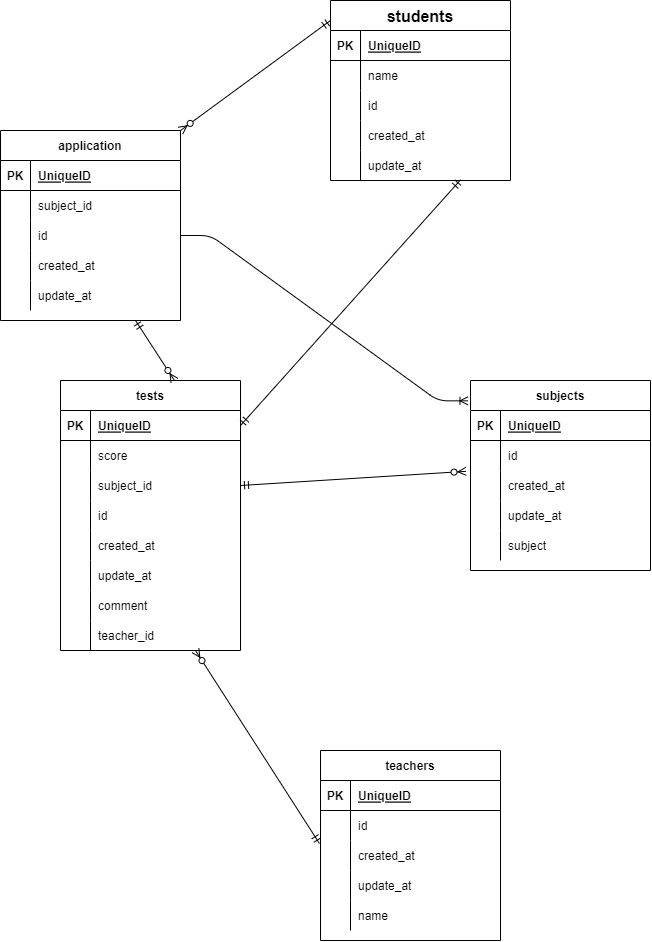
Above: 20221103 nomura.drawio.png in puusuka/iouhh (draw.io), before the change. Source tidied: cells renumbered, new cells last; positions are measured from the earlier drawing's top-left corner, leaving out a move shared by most shapes.
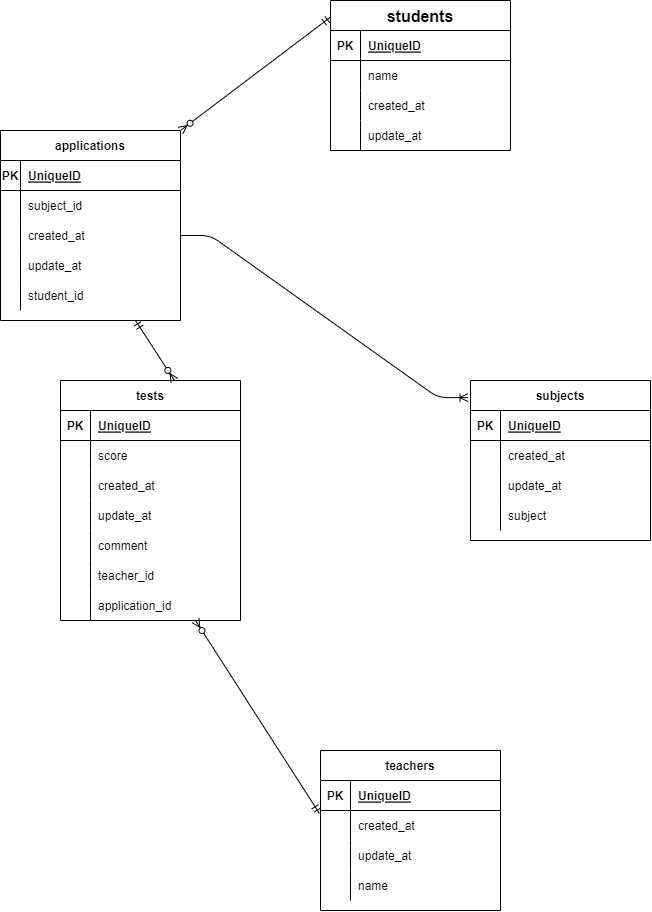
The same diagram one commit later.

Change to the diagram source:
```diff
@@ -3,7 +3,7 @@
     <mxCell id="0" />
     <mxCell id="1" parent="0" />
     <mxCell id="2" value="students" style="shape=table;startSize=30;rowLines=0;fontStyle=1;align=center;fontSize=16;" parent="1" vertex="1">
-      <mxGeometry x="330" width="180" height="180" as="geometry" />
+      <mxGeometry x="330" width="180" height="150" as="geometry" />
     </mxCell>
     <mxCell id="3" style="shape=partialRectangle;fillColor=none;top=0;left=0;bottom=1;right=0;" parent="2" vertex="1">
       <mxGeometry y="30" width="180" height="30" as="geometry" />
@@ -23,17 +23,8 @@
     <mxCell id="8" value="name" style="shape=partialRectangle;fillColor=none;top=0;left=0;bottom=0;right=0;align=left;spacingLeft=6;overflow=hidden;" parent="6" vertex="1">
       <mxGeometry x="30" width="150" height="30" as="geometry" />
     </mxCell>
-    <mxCell id="9" style="shape=partialRectangle;fillColor=none;top=0;left=0;bottom=0;right=0;" parent="2" vertex="1">
-      <mxGeometry y="90" width="180" height="30" as="geometry" />
-    </mxCell>
-    <mxCell id="10" style="shape=partialRectangle;fillColor=none;top=0;left=0;bottom=0;right=0;overflow=hidden;" parent="9" vertex="1">
-      <mxGeometry width="30" height="30" as="geometry" />
-    </mxCell>
-    <mxCell id="11" value="id" style="shape=partialRectangle;fillColor=none;top=0;left=0;bottom=0;right=0;align=left;spacingLeft=6;overflow=hidden;" parent="9" vertex="1">
-      <mxGeometry x="30" width="150" height="30" as="geometry" />
-    </mxCell>
     <mxCell id="12" style="shape=partialRectangle;fillColor=none;top=0;left=0;bottom=0;right=0;" parent="2" vertex="1">
-      <mxGeometry y="120" width="180" height="30" as="geometry" />
+      <mxGeometry y="90" width="180" height="30" as="geometry" />
     </mxCell>
     <mxCell id="13" style="shape=partialRectangle;fillColor=none;top=0;left=0;bottom=0;right=0;overflow=hidden;strokeWidth=7;" parent="12" vertex="1">
       <mxGeometry width="30" height="30" as="geometry" />
@@ -42,7 +33,7 @@
       <mxGeometry x="30" width="150" height="30" as="geometry" />
     </mxCell>
     <mxCell id="15" style="shape=partialRectangle;fillColor=none;top=0;left=0;bottom=0;right=0;points=[[0,0.5],[1,0.5]];portConstraint=eastwest;" parent="2" vertex="1">
-      <mxGeometry y="150" width="180" height="30" as="geometry" />
+      <mxGeometry y="120" width="180" height="30" as="geometry" />
     </mxCell>
     <mxCell id="16" style="shape=partialRectangle;fillColor=none;top=0;left=0;bottom=0;right=0;overflow=hidden;strokeWidth=7;" parent="15" vertex="1">
       <mxGeometry width="30" height="30" as="geometry" />
@@ -50,56 +41,56 @@
     <mxCell id="17" value="update_at" style="shape=partialRectangle;fillColor=none;top=0;left=0;bottom=0;right=0;align=left;spacingLeft=6;overflow=hidden;" parent="15" vertex="1">
       <mxGeometry x="30" width="150" height="30" as="geometry" />
     </mxCell>
-    <mxCell id="18" value="application" style="shape=table;startSize=30;rowLines=0;fontStyle=1;align=center;fontSize=12;strokeWidth=1;" parent="1" vertex="1">
+    <mxCell id="18" value="applications" style="shape=table;startSize=30;rowLines=0;fontStyle=1;align=center;fontSize=12;strokeWidth=1;" parent="1" vertex="1">
       <mxGeometry y="130" width="180" height="190" as="geometry" />
     </mxCell>
     <mxCell id="19" style="shape=partialRectangle;fillColor=none;top=0;left=0;bottom=1;right=0;fontSize=12;strokeWidth=1;" parent="18" vertex="1">
       <mxGeometry y="30" width="180" height="30" as="geometry" />
     </mxCell>
     <mxCell id="20" value="PK" style="shape=partialRectangle;fillColor=none;top=0;left=0;bottom=0;right=0;fontStyle=1;overflow=hidden;fontSize=12;strokeWidth=1;" parent="19" vertex="1">
-      <mxGeometry width="30" height="30" as="geometry" />
+      <mxGeometry width="20" height="30" as="geometry" />
     </mxCell>
     <mxCell id="21" value="UniqueID" style="shape=partialRectangle;fillColor=none;top=0;left=0;bottom=0;right=0;align=left;spacingLeft=6;fontStyle=5;overflow=hidden;fontSize=12;strokeWidth=1;" parent="19" vertex="1">
-      <mxGeometry x="30" width="150" height="30" as="geometry" />
+      <mxGeometry x="20" width="160" height="30" as="geometry" />
     </mxCell>
     <mxCell id="22" style="shape=partialRectangle;fillColor=none;top=0;left=0;bottom=0;right=0;fontSize=12;strokeWidth=1;" parent="18" vertex="1">
       <mxGeometry y="60" width="180" height="30" as="geometry" />
     </mxCell>
     <mxCell id="23" style="shape=partialRectangle;fillColor=none;top=0;left=0;bottom=0;right=0;overflow=hidden;fontSize=12;strokeWidth=1;" parent="22" vertex="1">
-      <mxGeometry width="30" height="30" as="geometry" />
+      <mxGeometry width="20" height="30" as="geometry" />
     </mxCell>
     <mxCell id="24" value="subject_id" style="shape=partialRectangle;fillColor=none;top=0;left=0;bottom=0;right=0;align=left;spacingLeft=6;overflow=hidden;fontSize=12;strokeWidth=1;" parent="22" vertex="1">
-      <mxGeometry x="30" width="150" height="30" as="geometry" />
+      <mxGeometry x="20" width="160" height="30" as="geometry" />
     </mxCell>
-    <mxCell id="25" style="shape=partialRectangle;fillColor=none;top=0;left=0;bottom=0;right=0;points=[[0,0.5],[1,0.5]];portConstraint=eastwest;fontSize=12;strokeWidth=1;" parent="18" vertex="1">
-      <mxGeometry y="90" width="180" height="30" as="geometry" />
-    </mxCell>
-    <mxCell id="26" style="shape=partialRectangle;fillColor=none;top=0;left=0;bottom=0;right=0;overflow=hidden;fontSize=12;strokeWidth=1;" parent="25" vertex="1">
-      <mxGeometry width="30" height="30" as="geometry" />
-    </mxCell>
-    <mxCell id="27" value="id" style="shape=partialRectangle;fillColor=none;top=0;left=0;bottom=0;right=0;align=left;spacingLeft=6;overflow=hidden;fontSize=12;strokeWidth=1;" parent="25" vertex="1">
-      <mxGeometry x="30" width="150" height="30" as="geometry" />
-    </mxCell>
     <mxCell id="28" style="shape=partialRectangle;fillColor=none;top=0;left=0;bottom=0;right=0;fontSize=12;strokeWidth=1;" parent="18" vertex="1">
-      <mxGeometry y="120" width="180" height="30" as="geometry" />
+      <mxGeometry y="90" width="180" height="30" as="geometry" />
     </mxCell>
     <mxCell id="29" style="shape=partialRectangle;fillColor=none;top=0;left=0;bottom=0;right=0;overflow=hidden;fontSize=12;strokeWidth=1;" parent="28" vertex="1">
-      <mxGeometry width="30" height="30" as="geometry" />
+      <mxGeometry width="20" height="30" as="geometry" />
     </mxCell>
     <mxCell id="30" value="created_at" style="shape=partialRectangle;fillColor=none;top=0;left=0;bottom=0;right=0;align=left;spacingLeft=6;overflow=hidden;fontSize=12;strokeWidth=1;" parent="28" vertex="1">
-      <mxGeometry x="30" width="150" height="30" as="geometry" />
+      <mxGeometry x="20" width="160" height="30" as="geometry" />
     </mxCell>
     <mxCell id="31" style="shape=partialRectangle;fillColor=none;top=0;left=0;bottom=0;right=0;fontSize=12;strokeWidth=1;" parent="18" vertex="1">
-      <mxGeometry y="150" width="180" height="30" as="geometry" />
+      <mxGeometry y="120" width="180" height="30" as="geometry" />
     </mxCell>
     <mxCell id="32" style="shape=partialRectangle;fillColor=none;top=0;left=0;bottom=0;right=0;overflow=hidden;fontSize=12;strokeWidth=1;" parent="31" vertex="1">
-      <mxGeometry width="30" height="30" as="geometry" />
+      <mxGeometry width="20" height="30" as="geometry" />
     </mxCell>
     <mxCell id="33" value="update_at" style="shape=partialRectangle;fillColor=none;top=0;left=0;bottom=0;right=0;align=left;spacingLeft=6;overflow=hidden;fontSize=12;strokeWidth=1;" parent="31" vertex="1">
-      <mxGeometry x="30" width="150" height="30" as="geometry" />
+      <mxGeometry x="20" width="160" height="30" as="geometry" />
     </mxCell>
+    <mxCell id="97" style="shape=partialRectangle;fillColor=none;top=0;left=0;bottom=0;right=0;fontSize=12;strokeWidth=1;" parent="18" vertex="1">
+      <mxGeometry y="150" width="180" height="30" as="geometry" />
+    </mxCell>
+    <mxCell id="98" style="shape=partialRectangle;fillColor=none;top=0;left=0;bottom=0;right=0;overflow=hidden;fontSize=12;strokeWidth=1;" parent="97" vertex="1">
+      <mxGeometry width="20" height="30" as="geometry" />
+    </mxCell>
+    <mxCell id="99" value="student_id" style="shape=partialRectangle;fillColor=none;top=0;left=0;bottom=0;right=0;align=left;spacingLeft=6;overflow=hidden;fontSize=12;strokeWidth=1;" parent="97" vertex="1">
+      <mxGeometry x="20" width="160" height="30" as="geometry" />
+    </mxCell>
     <mxCell id="34" value="tests" style="shape=table;startSize=30;rowLines=0;fontStyle=1;align=center;fontSize=12;strokeWidth=1;" parent="1" vertex="1">
-      <mxGeometry x="60" y="380" width="180" height="270" as="geometry" />
+      <mxGeometry x="60" y="380" width="180" height="240" as="geometry" />
     </mxCell>
     <mxCell id="35" style="shape=partialRectangle;fillColor=none;top=0;left=0;bottom=1;right=0;points=[[0,0.5],[1,0.5]];portConstraint=eastwest;fontSize=12;strokeWidth=1;" parent="34" vertex="1">
       <mxGeometry y="30" width="180" height="30" as="geometry" />
@@ -119,26 +110,8 @@
     <mxCell id="40" value="score" style="shape=partialRectangle;fillColor=none;top=0;left=0;bottom=0;right=0;align=left;spacingLeft=6;overflow=hidden;fontSize=12;strokeWidth=1;" parent="38" vertex="1">
       <mxGeometry x="30" width="150" height="30" as="geometry" />
     </mxCell>
-    <mxCell id="41" style="shape=partialRectangle;fillColor=none;top=0;left=0;bottom=0;right=0;points=[[0,0.5],[1,0.5]];portConstraint=eastwest;fontSize=12;strokeWidth=1;" parent="34" vertex="1">
-      <mxGeometry y="90" width="180" height="30" as="geometry" />
-    </mxCell>
-    <mxCell id="42" style="shape=partialRectangle;fillColor=none;top=0;left=0;bottom=0;right=0;overflow=hidden;fontSize=12;strokeWidth=1;" parent="41" vertex="1">
-      <mxGeometry width="30" height="30" as="geometry" />
-    </mxCell>
-    <mxCell id="43" value="subject_id" style="shape=partialRectangle;fillColor=none;top=0;left=0;bottom=0;right=0;align=left;spacingLeft=6;overflow=hidden;fontSize=12;strokeWidth=1;" parent="41" vertex="1">
-      <mxGeometry x="30" width="150" height="30" as="geometry" />
-    </mxCell>
-    <mxCell id="44" style="shape=partialRectangle;fillColor=none;top=0;left=0;bottom=0;right=0;fontSize=12;strokeWidth=1;" parent="34" vertex="1">
-      <mxGeometry y="120" width="180" height="30" as="geometry" />
-    </mxCell>
-    <mxCell id="45" style="shape=partialRectangle;fillColor=none;top=0;left=0;bottom=0;right=0;overflow=hidden;fontSize=12;strokeWidth=1;" parent="44" vertex="1">
-      <mxGeometry width="30" height="30" as="geometry" />
-    </mxCell>
-    <mxCell id="46" value="id" style="shape=partialRectangle;fillColor=none;top=0;left=0;bottom=0;right=0;align=left;spacingLeft=6;overflow=hidden;fontSize=12;strokeWidth=1;" parent="44" vertex="1">
-      <mxGeometry x="30" width="150" height="30" as="geometry" />
-    </mxCell>
     <mxCell id="47" style="shape=partialRectangle;fillColor=none;top=0;left=0;bottom=0;right=0;fontSize=12;strokeWidth=1;" parent="34" vertex="1">
-      <mxGeometry y="150" width="180" height="30" as="geometry" />
+      <mxGeometry y="90" width="180" height="30" as="geometry" />
     </mxCell>
     <mxCell id="48" style="shape=partialRectangle;fillColor=none;top=0;left=0;bottom=0;right=0;overflow=hidden;fontSize=12;strokeWidth=1;" parent="47" vertex="1">
       <mxGeometry width="30" height="30" as="geometry" />
@@ -147,7 +120,7 @@
       <mxGeometry x="30" width="150" height="30" as="geometry" />
     </mxCell>
     <mxCell id="50" style="shape=partialRectangle;fillColor=none;top=0;left=0;bottom=0;right=0;fontSize=12;strokeWidth=1;" parent="34" vertex="1">
-      <mxGeometry y="180" width="180" height="30" as="geometry" />
+      <mxGeometry y="120" width="180" height="30" as="geometry" />
     </mxCell>
     <mxCell id="51" style="shape=partialRectangle;fillColor=none;top=0;left=0;bottom=0;right=0;overflow=hidden;fontSize=12;strokeWidth=1;" parent="50" vertex="1">
       <mxGeometry width="30" height="30" as="geometry" />
@@ -156,7 +129,7 @@
       <mxGeometry x="30" width="150" height="30" as="geometry" />
     </mxCell>
     <mxCell id="53" style="shape=partialRectangle;fillColor=none;top=0;left=0;bottom=0;right=0;fontSize=12;strokeWidth=1;" parent="34" vertex="1">
-      <mxGeometry y="210" width="180" height="30" as="geometry" />
+      <mxGeometry y="150" width="180" height="30" as="geometry" />
     </mxCell>
     <mxCell id="54" style="shape=partialRectangle;fillColor=none;top=0;left=0;bottom=0;right=0;overflow=hidden;fontSize=12;strokeWidth=1;" parent="53" vertex="1">
       <mxGeometry width="30" height="30" as="geometry" />
@@ -165,7 +138,7 @@
       <mxGeometry x="30" width="150" height="30" as="geometry" />
     </mxCell>
     <mxCell id="56" style="shape=partialRectangle;fillColor=none;top=0;left=0;bottom=0;right=0;fontSize=12;strokeWidth=1;" parent="34" vertex="1">
-      <mxGeometry y="240" width="180" height="30" as="geometry" />
+      <mxGeometry y="180" width="180" height="30" as="geometry" />
     </mxCell>
     <mxCell id="57" style="shape=partialRectangle;fillColor=none;top=0;left=0;bottom=0;right=0;overflow=hidden;fontSize=12;strokeWidth=1;" parent="56" vertex="1">
       <mxGeometry width="30" height="30" as="geometry" />
@@ -173,8 +146,17 @@
     <mxCell id="58" value="teacher_id" style="shape=partialRectangle;fillColor=none;top=0;left=0;bottom=0;right=0;align=left;spacingLeft=6;overflow=hidden;fontSize=12;strokeWidth=1;" parent="56" vertex="1">
       <mxGeometry x="30" width="150" height="30" as="geometry" />
     </mxCell>
+    <mxCell id="100" style="shape=partialRectangle;fillColor=none;top=0;left=0;bottom=0;right=0;fontSize=12;strokeWidth=1;" parent="34" vertex="1">
+      <mxGeometry y="210" width="180" height="30" as="geometry" />
+    </mxCell>
+    <mxCell id="101" style="shape=partialRectangle;fillColor=none;top=0;left=0;bottom=0;right=0;overflow=hidden;fontSize=12;strokeWidth=1;" parent="100" vertex="1">
+      <mxGeometry width="30" height="30" as="geometry" />
+    </mxCell>
+    <mxCell id="102" value="application_id" style="shape=partialRectangle;fillColor=none;top=0;left=0;bottom=0;right=0;align=left;spacingLeft=6;overflow=hidden;fontSize=12;strokeWidth=1;" parent="100" vertex="1">
+      <mxGeometry x="30" width="150" height="30" as="geometry" />
+    </mxCell>
     <mxCell id="59" value="teachers" style="shape=table;startSize=30;rowLines=0;fontStyle=1;align=center;fontSize=12;strokeWidth=1;" parent="1" vertex="1">
-      <mxGeometry x="320" y="750" width="180" height="190" as="geometry" />
+      <mxGeometry x="320" y="750" width="180" height="160" as="geometry" />
     </mxCell>
     <mxCell id="60" style="shape=partialRectangle;fillColor=none;top=0;left=0;bottom=1;right=0;fontSize=12;strokeWidth=1;" parent="59" vertex="1">
       <mxGeometry y="30" width="180" height="30" as="geometry" />
@@ -185,17 +167,8 @@
     <mxCell id="62" value="UniqueID" style="shape=partialRectangle;fillColor=none;top=0;left=0;bottom=0;right=0;align=left;spacingLeft=6;fontStyle=5;overflow=hidden;fontSize=12;strokeWidth=1;" parent="60" vertex="1">
       <mxGeometry x="30" width="150" height="30" as="geometry" />
     </mxCell>
-    <mxCell id="63" style="shape=partialRectangle;fillColor=none;top=0;left=0;bottom=0;right=0;fontSize=12;strokeWidth=1;" parent="59" vertex="1">
-      <mxGeometry y="60" width="180" height="30" as="geometry" />
-    </mxCell>
-    <mxCell id="64" style="shape=partialRectangle;fillColor=none;top=0;left=0;bottom=0;right=0;overflow=hidden;fontSize=12;strokeWidth=1;" parent="63" vertex="1">
-      <mxGeometry width="30" height="30" as="geometry" />
-    </mxCell>
-    <mxCell id="65" value="id" style="shape=partialRectangle;fillColor=none;top=0;left=0;bottom=0;right=0;align=left;spacingLeft=6;overflow=hidden;fontSize=12;strokeWidth=1;" parent="63" vertex="1">
-      <mxGeometry x="30" width="150" height="30" as="geometry" />
-    </mxCell>
     <mxCell id="66" style="shape=partialRectangle;fillColor=none;top=0;left=0;bottom=0;right=0;points=[[0,0.5],[1,0.5]];portConstraint=eastwest;fontSize=12;strokeWidth=1;" parent="59" vertex="1">
-      <mxGeometry y="90" width="180" height="30" as="geometry" />
+      <mxGeometry y="60" width="180" height="30" as="geometry" />
     </mxCell>
     <mxCell id="67" style="shape=partialRectangle;fillColor=none;top=0;left=0;bottom=0;right=0;overflow=hidden;fontSize=12;strokeWidth=1;" parent="66" vertex="1">
       <mxGeometry width="30" height="30" as="geometry" />
@@ -204,7 +177,7 @@
       <mxGeometry x="30" width="150" height="30" as="geometry" />
     </mxCell>
     <mxCell id="69" style="shape=partialRectangle;fillColor=none;top=0;left=0;bottom=0;right=0;fontSize=12;strokeWidth=1;" parent="59" vertex="1">
-      <mxGeometry y="120" width="180" height="30" as="geometry" />
+      <mxGeometry y="90" width="180" height="30" as="geometry" />
     </mxCell>
     <mxCell id="70" style="shape=partialRectangle;fillColor=none;top=0;left=0;bottom=0;right=0;overflow=hidden;fontSize=12;strokeWidth=1;" parent="69" vertex="1">
       <mxGeometry width="30" height="30" as="geometry" />
@@ -213,7 +186,7 @@
       <mxGeometry x="30" width="150" height="30" as="geometry" />
     </mxCell>
     <mxCell id="72" style="shape=partialRectangle;fillColor=none;top=0;left=0;bottom=0;right=0;fontSize=12;strokeWidth=1;" parent="59" vertex="1">
-      <mxGeometry y="150" width="180" height="30" as="geometry" />
+      <mxGeometry y="120" width="180" height="30" as="geometry" />
     </mxCell>
     <mxCell id="73" style="shape=partialRectangle;fillColor=none;top=0;left=0;bottom=0;right=0;overflow=hidden;fontSize=12;strokeWidth=1;" parent="72" vertex="1">
       <mxGeometry width="30" height="30" as="geometry" />
@@ -230,11 +203,8 @@
     <mxCell id="77" style="fontSize=12;html=1;endArrow=ERzeroToMany;startArrow=ERmandOne;entryX=0.75;entryY=1;entryDx=0;entryDy=0;exitX=-0.006;exitY=0.1;exitDx=0;exitDy=0;exitPerimeter=0;" parent="1" edge="1" source="66" target="34">
       <mxGeometry relative="1" as="geometry" />
     </mxCell>
-    <mxCell id="78" style="fontSize=12;html=1;endArrow=ERmandOne;startArrow=ERmandOne;exitX=0.723;exitY=0.975;exitDx=0;exitDy=0;exitPerimeter=0;entryX=1;entryY=0.5;entryDx=0;entryDy=0;" parent="1" edge="1" source="15" target="35">
-      <mxGeometry relative="1" as="geometry" />
-    </mxCell>
     <mxCell id="79" value="subjects" style="shape=table;startSize=30;rowLines=0;fontStyle=1;align=center;" parent="1" vertex="1">
-      <mxGeometry x="470" y="380" width="180" height="190" as="geometry" />
+      <mxGeometry x="470" y="380" width="180" height="160" as="geometry" />
     </mxCell>
     <mxCell id="80" style="shape=partialRectangle;fillColor=none;top=0;left=0;bottom=1;right=0;" parent="79" vertex="1">
       <mxGeometry y="30" width="180" height="30" as="geometry" />
@@ -245,17 +215,8 @@
     <mxCell id="82" value="UniqueID" style="shape=partialRectangle;fillColor=none;top=0;left=0;bottom=0;right=0;align=left;spacingLeft=6;fontStyle=5;overflow=hidden;" parent="80" vertex="1">
       <mxGeometry x="30" width="150" height="30" as="geometry" />
     </mxCell>
-    <mxCell id="83" style="shape=partialRectangle;fillColor=none;top=0;left=0;bottom=0;right=0;" parent="79" vertex="1">
-      <mxGeometry y="60" width="180" height="30" as="geometry" />
-    </mxCell>
-    <mxCell id="84" style="shape=partialRectangle;fillColor=none;top=0;left=0;bottom=0;right=0;overflow=hidden;" parent="83" vertex="1">
-      <mxGeometry width="30" height="30" as="geometry" />
-    </mxCell>
-    <mxCell id="85" value="id" style="shape=partialRectangle;fillColor=none;top=0;left=0;bottom=0;right=0;align=left;spacingLeft=6;overflow=hidden;" parent="83" vertex="1">
-      <mxGeometry x="30" width="150" height="30" as="geometry" />
-    </mxCell>
     <mxCell id="86" style="shape=partialRectangle;fillColor=none;top=0;left=0;bottom=0;right=0;" parent="79" vertex="1">
-      <mxGeometry y="90" width="180" height="30" as="geometry" />
+      <mxGeometry y="60" width="180" height="30" as="geometry" />
     </mxCell>
     <mxCell id="87" style="shape=partialRectangle;fillColor=none;top=0;left=0;bottom=0;right=0;overflow=hidden;" parent="86" vertex="1">
       <mxGeometry width="30" height="30" as="geometry" />
@@ -264,7 +225,7 @@
       <mxGeometry x="30" width="150" height="30" as="geometry" />
     </mxCell>
     <mxCell id="89" style="shape=partialRectangle;fillColor=none;top=0;left=0;bottom=0;right=0;" parent="79" vertex="1">
-      <mxGeometry y="120" width="180" height="30" as="geometry" />
+      <mxGeometry y="90" width="180" height="30" as="geometry" />
     </mxCell>
     <mxCell id="90" style="shape=partialRectangle;fillColor=none;top=0;left=0;bottom=0;right=0;overflow=hidden;" parent="89" vertex="1">
       <mxGeometry width="30" height="30" as="geometry" />
@@ -273,7 +234,7 @@
       <mxGeometry x="30" width="150" height="30" as="geometry" />
     </mxCell>
     <mxCell id="92" style="shape=partialRectangle;fillColor=none;top=0;left=0;bottom=0;right=0;" parent="79" vertex="1">
-      <mxGeometry y="150" width="180" height="30" as="geometry" />
+      <mxGeometry y="120" width="180" height="30" as="geometry" />
     </mxCell>
     <mxCell id="93" style="shape=partialRectangle;fillColor=none;top=0;left=0;bottom=0;right=0;overflow=hidden;" parent="92" vertex="1">
       <mxGeometry width="30" height="30" as="geometry" />
@@ -281,13 +242,10 @@
     <mxCell id="94" value="subject" style="shape=partialRectangle;fillColor=none;top=0;left=0;bottom=0;right=0;align=left;spacingLeft=6;overflow=hidden;" parent="92" vertex="1">
       <mxGeometry x="30" width="150" height="30" as="geometry" />
     </mxCell>
-    <mxCell id="95" style="fontSize=12;html=1;endArrow=ERzeroToMany;startArrow=ERmandOne;exitX=1;exitY=0.5;exitDx=0;exitDy=0;entryX=-0.025;entryY=0.028;entryDx=0;entryDy=0;entryPerimeter=0;" parent="1" edge="1" source="41">
-      <mxGeometry relative="1" as="geometry">
-        <mxPoint x="465.5" y="470.8" as="targetPoint" />
-      </mxGeometry>
-    </mxCell>
-    <mxCell id="96" style="edgeStyle=entityRelationEdgeStyle;fontSize=12;html=1;endArrow=ERoneToMany;exitX=1;exitY=0.5;exitDx=0;exitDy=0;entryX=-0.014;entryY=0.107;entryDx=0;entryDy=0;entryPerimeter=0;" parent="1" edge="1" source="25" target="79">
-      <mxGeometry relative="1" as="geometry" />
+    <mxCell id="96" style="edgeStyle=entityRelationEdgeStyle;fontSize=12;html=1;endArrow=ERoneToMany;exitX=1;exitY=0.5;exitDx=0;exitDy=0;entryX=-0.014;entryY=0.107;entryDx=0;entryDy=0;entryPerimeter=0;" parent="1" edge="1" target="79">
+      <mxGeometry relative="1" as="geometry">
+        <mxPoint x="180" y="235" as="sourcePoint" />
+      </mxGeometry>
     </mxCell>
   </root>
 </mxGraphModel>
```
